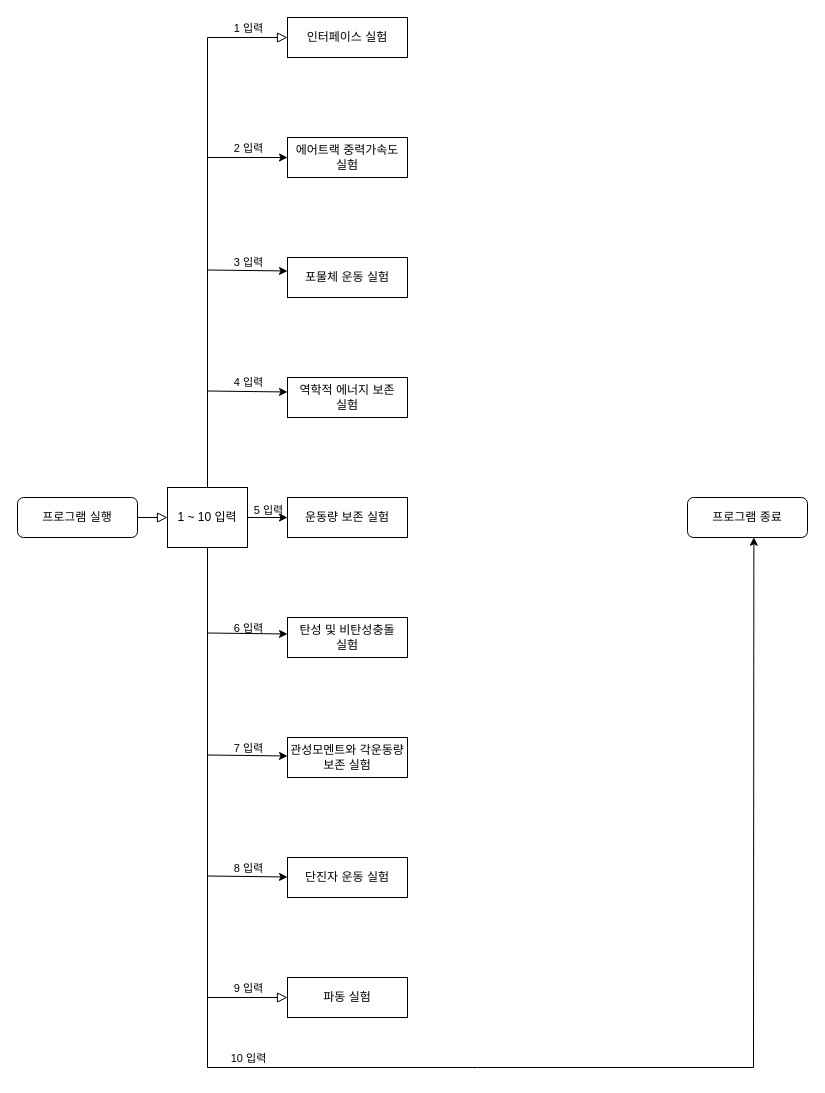
Above: 제목 없는 다이어그램.drawio in reewon/Term_Project (draw.io), before the change. Source tidied: cells renumbered, new cells numbered last; positions are measured from the earlier drawing's top-left corner, leaving out a move shared by most shapes. Both pictures are drawn from the tidied source at 100%, with x=0, y=0 at pixel (17, 17).
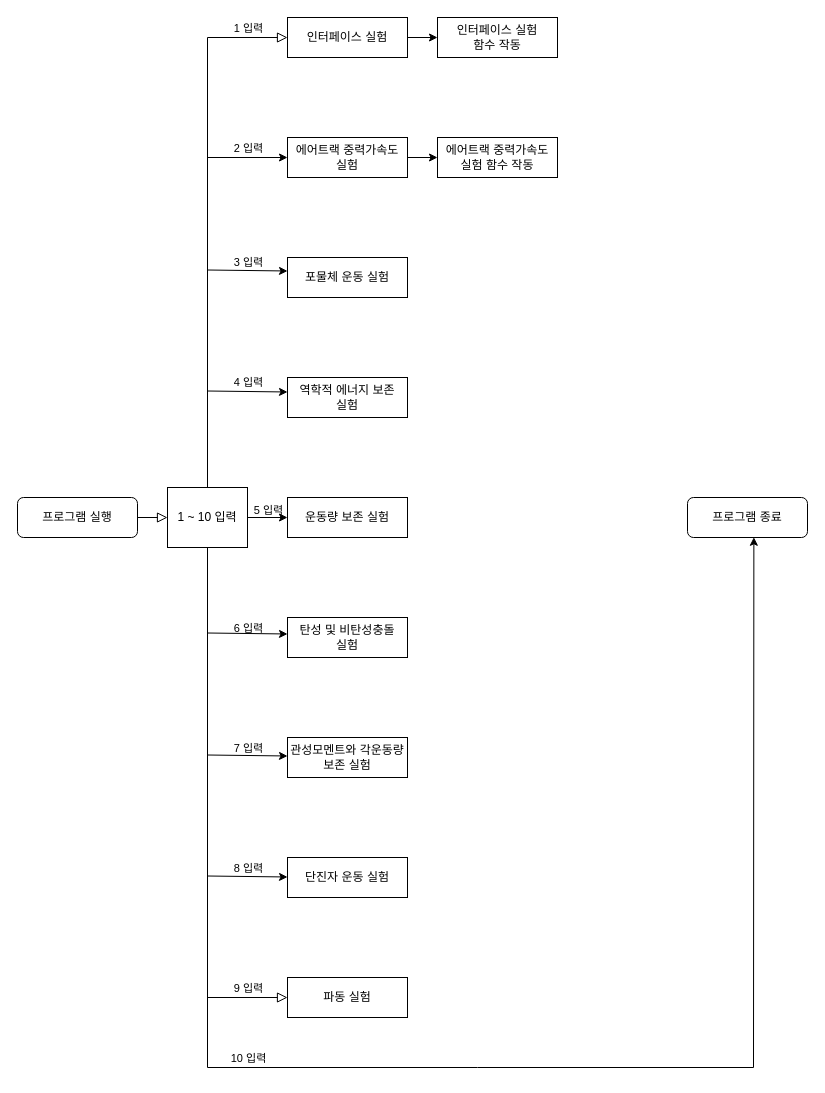
After the change.

Commit message:
제목 없는 다이어그램.drawio 업데이트

Unchanged cells that the change refers to:
```xml
<mxCell id="5" value="인터페이스 실험" style="rounded=0;whiteSpace=wrap;html=1;fontSize=12;glass=0;strokeWidth=1;shadow=0;" parent="1" vertex="1">
  <mxGeometry x="270" width="120" height="40" as="geometry" />
</mxCell>
<mxCell id="10" value="&lt;div&gt;에어트랙 중력가속도&lt;/div&gt;&lt;div&gt;실험&lt;/div&gt;" style="rounded=0;whiteSpace=wrap;html=1;fontSize=12;glass=0;strokeWidth=1;shadow=0;" parent="1" vertex="1">
  <mxGeometry x="270" y="120" width="120" height="40" as="geometry" />
</mxCell>
```

Diff of the diagram source:
```diff
@@
+    <mxCell id="35" style="edgeStyle=orthogonalEdgeStyle;rounded=0;jettySize=auto;html=1;exitX=1;exitY=0.5;exitDx=0;exitDy=0;entryX=0;entryY=0.5;entryDx=0;entryDy=0;" parent="1" edge="1" source="5" target="37">
+      <mxGeometry relative="1" as="geometry" />
+    </mxCell>
@@
+    <mxCell id="36" style="edgeStyle=orthogonalEdgeStyle;rounded=0;jettySize=auto;html=1;exitX=1;exitY=0.5;exitDx=0;exitDy=0;entryX=0;entryY=0.5;entryDx=0;entryDy=0;" parent="1" edge="1" source="10" target="38">
+      <mxGeometry relative="1" as="geometry" />
+    </mxCell>
@@
+    <mxCell id="37" value="&lt;div&gt;인터페이스 실험&lt;/div&gt;&lt;div&gt;함수 작동&lt;br&gt;&lt;/div&gt;" style="rounded=0;whiteSpace=wrap;html=1;fontSize=12;glass=0;strokeWidth=1;shadow=0;" parent="1" vertex="1">
+      <mxGeometry x="420" width="120" height="40" as="geometry" />
+    </mxCell>
+    <mxCell id="38" value="&lt;div&gt;에어트랙 중력가속도&lt;/div&gt;&lt;div&gt;실험 함수 작동&lt;br&gt;&lt;/div&gt;" style="rounded=0;whiteSpace=wrap;html=1;fontSize=12;glass=0;strokeWidth=1;shadow=0;" parent="1" vertex="1">
+      <mxGeometry x="420" y="120" width="120" height="40" as="geometry" />
+    </mxCell>
```
